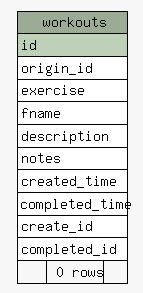
Before: dbDocs/diagrams/summary/workouts.1degree.png, a diagram exported from Graphviz (btv/DED_backend). Its source is kept beside it as dbDocs/diagrams/summary/workouts.1degree.dot.
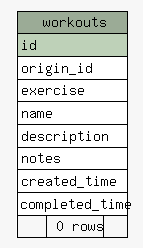
The same file after the commit.

What changed in the source:
```diff
@@ -22,13 +22,11 @@
       <TR><TD PORT="id" COLSPAN="3" BGCOLOR="#bed1b8" ALIGN="LEFT">id</TD></TR>
       <TR><TD PORT="origin_id" COLSPAN="3" ALIGN="LEFT">origin_id</TD></TR>
       <TR><TD PORT="exercise" COLSPAN="3" ALIGN="LEFT">exercise</TD></TR>
-      <TR><TD PORT="fname" COLSPAN="3" ALIGN="LEFT">fname</TD></TR>
+      <TR><TD PORT="name" COLSPAN="3" ALIGN="LEFT">name</TD></TR>
       <TR><TD PORT="description" COLSPAN="3" ALIGN="LEFT">description</TD></TR>
       <TR><TD PORT="notes" COLSPAN="3" ALIGN="LEFT">notes</TD></TR>
       <TR><TD PORT="created_time" COLSPAN="3" ALIGN="LEFT">created_time</TD></TR>
       <TR><TD PORT="completed_time" COLSPAN="3" ALIGN="LEFT">completed_time</TD></TR>
-      <TR><TD PORT="create_id" COLSPAN="3" ALIGN="LEFT">create_id</TD></TR>
-      <TR><TD PORT="completed_id" COLSPAN="3" ALIGN="LEFT">completed_id</TD></TR>
       <TR><TD ALIGN="LEFT" BGCOLOR="#f7f7f7">  </TD><TD ALIGN="RIGHT" BGCOLOR="#f7f7f7">0 rows</TD><TD ALIGN="RIGHT" BGCOLOR="#f7f7f7">  </TD></TR>
     </TABLE>>
     URL="tables/workouts.html"
```
